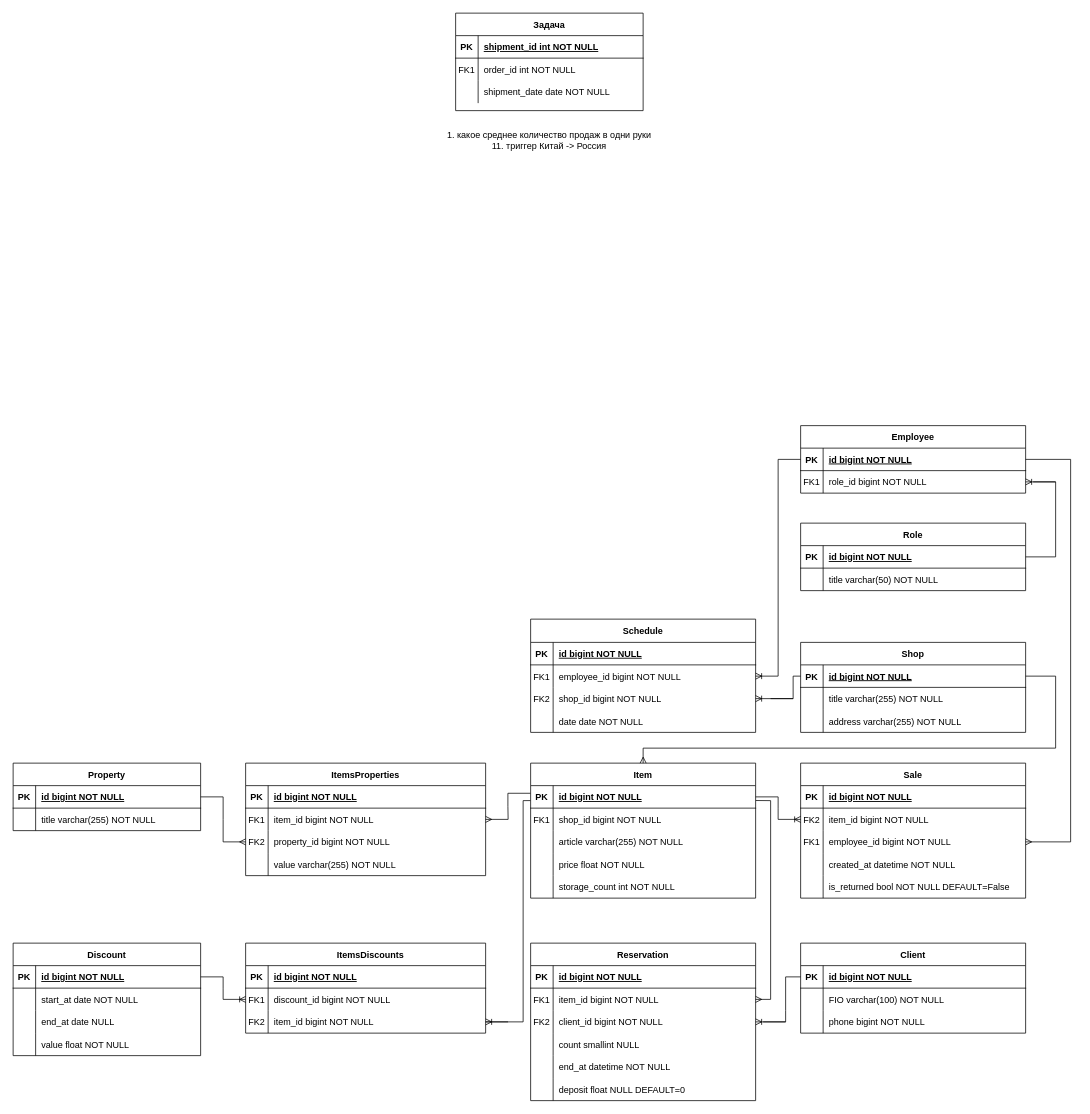
The draw.io diagram диаграммы баз данных/магазин обуви/физическая.drawio in DogNellaf/shoe-store, before the edit. Source tidied: cells renumbered, new cells numbered last; positions are measured from the earlier drawing's top-left corner, leaving out a move shared by most shapes. Both pictures are drawn from the tidied source at 75%, with x=0, y=0 at pixel (13, 13).
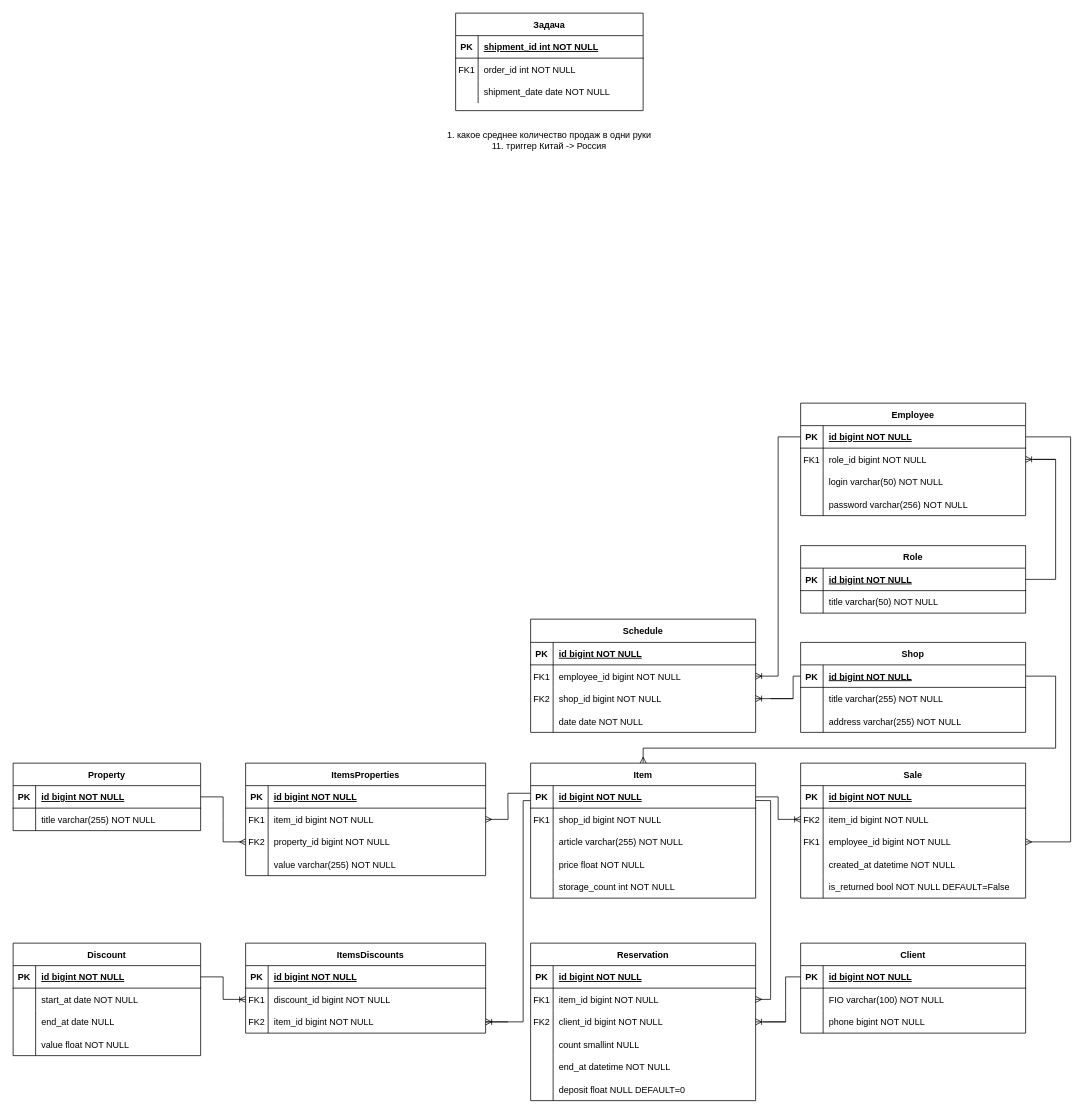
The same page after the edit.

The change refers to these unchanged cells:
```xml
<mxCell id="3" style="shape=partialRectangle;fillColor=none;points=[[0,0.5],[1,0.5]];portConstraint=eastwest;top=0;left=0;right=0;bottom=1;" parent="2" vertex="1">
  <mxGeometry y="30" width="300" height="30" as="geometry" />
</mxCell>
<mxCell id="6" style="shape=partialRectangle;fillColor=none;points=[[0,0.5],[1,0.5]];portConstraint=eastwest;top=0;left=0;right=0;bottom=0;" parent="2" vertex="1">
  <mxGeometry y="60" width="300" height="30" as="geometry" />
</mxCell>
<mxCell id="20" style="shape=partialRectangle;fillColor=none;points=[[0,0.5],[1,0.5]];portConstraint=eastwest;top=0;left=0;right=0;bottom=1;" parent="19" vertex="1">
  <mxGeometry y="30" width="300" height="30" as="geometry" />
</mxCell>
<mxCell id="49" style="shape=partialRectangle;fillColor=none;points=[[0,0.5],[1,0.5]];portConstraint=eastwest;top=0;left=0;right=0;bottom=0;" parent="42" vertex="1">
  <mxGeometry y="90" width="300" height="30" as="geometry" />
</mxCell>
```

The edit, as a diff of the source:
```diff
@@
     <mxCell id="2" value="Employee" style="shape=table;startSize=30;childLayout=tableLayout;rowLines=0;fontStyle=1;align=center;" parent="1" vertex="1">
-      <mxGeometry x="1050" y="550" width="300" height="90" as="geometry" />
+      <mxGeometry x="1050" y="520" width="300" height="150" as="geometry" />
     </mxCell>
@@
+    <mxCell id="170" style="shape=partialRectangle;fillColor=none;top=0;left=0;right=0;bottom=0;" parent="2" vertex="1">
+      <mxGeometry y="90" width="300" height="30" as="geometry" />
+    </mxCell>
+    <mxCell id="171" style="shape=partialRectangle;overflow=hidden;fillColor=none;top=0;left=0;bottom=0;right=0;" parent="170" vertex="1">
+      <mxGeometry width="30" height="30" as="geometry" />
+    </mxCell>
+    <mxCell id="172" value="login varchar(50) NOT NULL" style="shape=partialRectangle;overflow=hidden;fillColor=none;top=0;left=0;bottom=0;right=0;align=left;spacingLeft=6;" parent="170" vertex="1">
+      <mxGeometry x="30" width="270" height="30" as="geometry" />
+    </mxCell>
+    <mxCell id="173" style="shape=partialRectangle;fillColor=none;top=0;left=0;right=0;bottom=0;" parent="2" vertex="1">
+      <mxGeometry y="120" width="300" height="30" as="geometry" />
+    </mxCell>
+    <mxCell id="174" style="shape=partialRectangle;overflow=hidden;fillColor=none;top=0;left=0;bottom=0;right=0;" parent="173" vertex="1">
+      <mxGeometry width="30" height="30" as="geometry" />
+    </mxCell>
+    <mxCell id="175" value="password varchar(256) NOT NULL" style="shape=partialRectangle;overflow=hidden;fillColor=none;top=0;left=0;bottom=0;right=0;align=left;spacingLeft=6;" parent="173" vertex="1">
+      <mxGeometry x="30" width="270" height="30" as="geometry" />
+    </mxCell>
@@
     <mxCell id="19" value="Role" style="shape=table;startSize=30;childLayout=tableLayout;rowLines=0;fontStyle=1;align=center;" parent="1" vertex="1">
-      <mxGeometry x="1050" y="680" width="300" height="90" as="geometry" />
+      <mxGeometry x="1050" y="710" width="300" height="90" as="geometry" />
     </mxCell>
@@
     <mxCell id="164" style="edgeStyle=entityRelationEdgeStyle;fontSize=12;html=1;endArrow=ERoneToMany;rounded=0;entryX=1;entryY=0.5;entryDx=0;entryDy=0;" parent="1" edge="1" target="6">
       <mxGeometry relative="1" as="geometry">
-        <mxPoint x="1360" y="625" as="sourcePoint" />
+        <mxPoint x="1360" y="595" as="sourcePoint" />
       </mxGeometry>
     </mxCell>
     <mxCell id="165" style="endArrow=none;html=1;rounded=0;entryX=1;entryY=0.5;entryDx=0;entryDy=0;" parent="1" edge="1" target="20">
       <mxGeometry relative="1" as="geometry">
-        <mxPoint x="1390" y="625" as="sourcePoint" />
+        <mxPoint x="1390" y="595" as="sourcePoint" />
         <Array as="points">
-          <mxPoint x="1390" y="725" />
+          <mxPoint x="1390" y="755" />
         </Array>
       </mxGeometry>
     </mxCell>
@@
     <mxCell id="169" style="endArrow=ERmany;html=1;rounded=0;endFill=0;exitX=1;exitY=0.5;exitDx=0;exitDy=0;entryX=1;entryY=0.5;entryDx=0;entryDy=0;" parent="1" edge="1" source="3" target="49">
       <mxGeometry relative="1" as="geometry">
         <Array as="points">
-          <mxPoint x="1410" y="595" />
+          <mxPoint x="1410" y="565" />
           <mxPoint x="1410" y="1105" />
         </Array>
       </mxGeometry>
     </mxCell>
```
